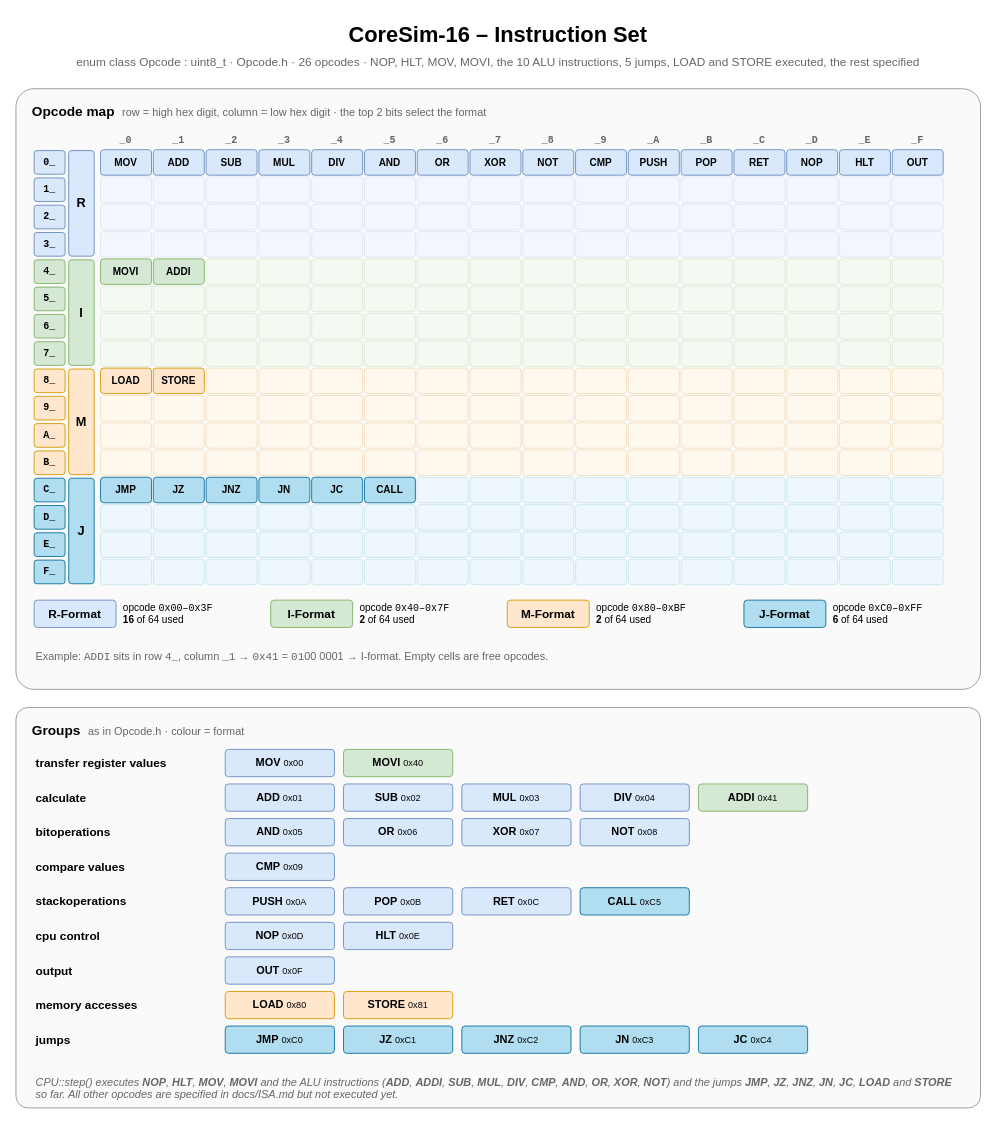
This is diagrams/isa.drawio from kpolet2010-hue/CoreSim, a draw.io file, before an edit. Source tidied: cells renumbered, new cells numbered last; positions are measured from the earlier drawing's top-left corner, leaving out a move shared by most shapes. Both pictures are drawn from the tidied source at 91%, with x=0, y=0 at pixel (15, 15).
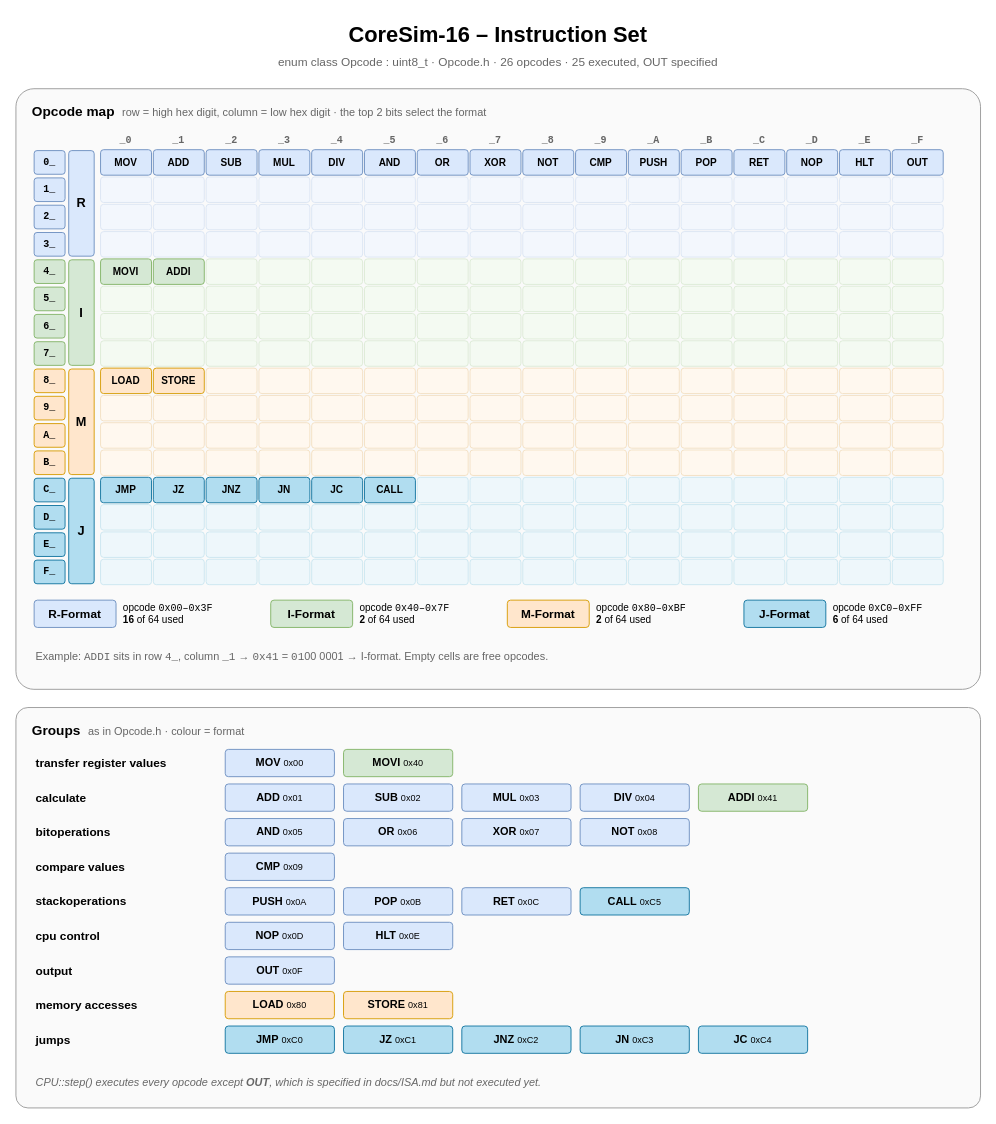
The same page after the edit.

Diff of the diagram source:
```diff
@@
-    <mxCell id="3" value="enum class Opcode : uint8_t &amp;middot; Opcode.h &amp;middot; 26 opcodes &amp;middot; NOP, HLT, MOV, MOVI, the 10 ALU instructions, 5 jumps, LOAD and STORE executed, the rest specified" style="text;html=1;strokeColor=none;fillColor=none;whiteSpace=wrap;fontFamily=Helvetica;fontSize=13;fontColor=#666666;align=center;" parent="1" vertex="1">
+    <mxCell id="3" value="enum class Opcode : uint8_t &amp;middot; Opcode.h &amp;middot; 26 opcodes &amp;middot; 25 executed, OUT specified" style="text;html=1;strokeColor=none;fillColor=none;whiteSpace=wrap;fontFamily=Helvetica;fontSize=13;fontColor=#666666;align=center;" parent="1" vertex="1">
       <mxGeometry y="36" width="1060" height="24" as="geometry" />
     </mxCell>
@@
-    <mxCell id="342" value="&lt;i&gt;CPU::step() executes &lt;b&gt;NOP&lt;/b&gt;, &lt;b&gt;HLT&lt;/b&gt;, &lt;b&gt;MOV&lt;/b&gt;, &lt;b&gt;MOVI&lt;/b&gt; and the ALU instructions (&lt;b&gt;ADD&lt;/b&gt;, &lt;b&gt;ADDI&lt;/b&gt;, &lt;b&gt;SUB&lt;/b&gt;, &lt;b&gt;MUL&lt;/b&gt;, &lt;b&gt;DIV&lt;/b&gt;, &lt;b&gt;CMP&lt;/b&gt;, &lt;b&gt;AND&lt;/b&gt;, &lt;b&gt;OR&lt;/b&gt;, &lt;b&gt;XOR&lt;/b&gt;, &lt;b&gt;NOT&lt;/b&gt;) and the jumps &lt;b&gt;JMP&lt;/b&gt;, &lt;b&gt;JZ&lt;/b&gt;, &lt;b&gt;JNZ&lt;/b&gt;, &lt;b&gt;JN&lt;/b&gt;, &lt;b&gt;JC&lt;/b&gt;, &lt;b&gt;LOAD&lt;/b&gt; and &lt;b&gt;STORE&lt;/b&gt; so far. All other opcodes are specified in docs/ISA.md but not executed yet.&lt;/i&gt;" style="text;html=1;strokeColor=none;fillColor=none;whiteSpace=wrap;fontFamily=Helvetica;fontSize=12;fontColor=#666666;align=left;" parent="1" vertex="1">
+    <mxCell id="342" value="&lt;i&gt;CPU::step() executes every opcode except &lt;b&gt;OUT&lt;/b&gt;, which is specified in docs/ISA.md but not executed yet.&lt;/i&gt;" style="text;html=1;strokeColor=none;fillColor=none;whiteSpace=wrap;fontFamily=Helvetica;fontSize=12;fontColor=#666666;align=left;" parent="1" vertex="1">
       <mxGeometry x="20" y="1158" width="1020" height="24" as="geometry" />
     </mxCell>
```
